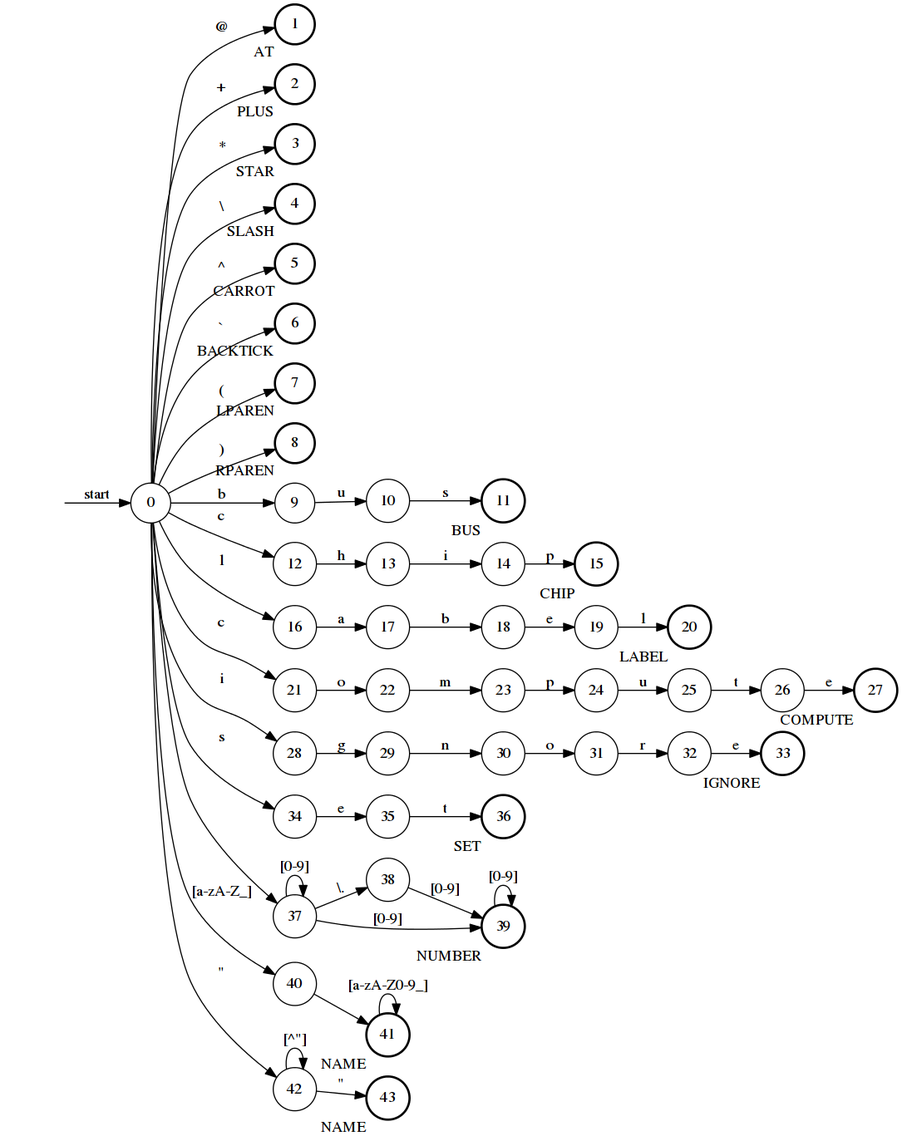
This is hackthology/content/images/nfa.png from timtadh/hackthology, a Graphviz export, as it was before one commit. Its source is kept beside it as hackthology/content/images/nfa.dot. Its diagram source:
```dot

digraph nfa {
  rankdir=LR
  node [shape="circle"]

  start [shape="none", label=""]
  start -> 0 [label="start"]

  0 -> 1 [label="@"] 1 [style="bold" xlabel="AT"]
  0 -> 2 [label="+"] 2 [style="bold" xlabel="PLUS"]
  0 -> 3 [label="*"] 3 [style="bold" xlabel="STAR"]
  0 -> 4 [label=<\>] 4 [style="bold" xlabel="SLASH"]
  0 -> 5 [label="\^"] 5 [style="bold" xlabel="CARROT"]
  0 -> 6 [label="`"] 6 [style="bold" xlabel="BACKTICK"]
  0 -> 7 [label="("] 7 [style="bold" xlabel="LPAREN"]
  0 -> 8 [label=")"] 8 [style="bold" xlabel="RPAREN"]

  0  -> 9  [label="b"]
  9  -> 10 [label="u"]
  10 -> 11 [label="s"]
  11 [style="bold" xlabel="BUS"]

  0  -> 12 [label="c"]
  12 -> 13 [label="h"]
  13 -> 14 [label="i"]
  14 -> 15 [label="p"]
  15 [style="bold" xlabel="CHIP"]

  0  -> 16 [label="l"]
  16 -> 17 [label="a"]
  17 -> 18 [label="b"]
  18 -> 19 [label="e"]
  19 -> 20 [label="l"]
  20 [style="bold" xlabel="LABEL"]

  0  -> 21 [label="c"]
  21 -> 22 [label="o"]
  22 -> 23 [label="m"]
  23 -> 24 [label="p"]
  24 -> 25 [label="u"]
  25 -> 26 [label="t"]
  26 -> 27 [label="e"]
  27 [style="bold" xlabel="COMPUTE"]

  0  -> 28 [label="i"]
  28 -> 29 [label="g"]
  29 -> 30 [label="n"]
  30 -> 31 [label="o"]
  31 -> 32 [label="r"]
  32 -> 33 [label="e"]
  33 [style="bold" xlabel="IGNORE"]

  0  -> 34 [label="s"]
  34 -> 35 [label="e"]
  35 -> 36 [label="t"]
  36 [style="bold" xlabel="SET"]

  0  -> 37 [label=""]
  37 -> 37 [label="[0-9]"]
  37 -> 38 [label="\\."]
  37 -> 39 [label="[0-9]"]
  38 -> 39 [label="[0-9]"]
  39 -> 39 [label="[0-9]"]
  39 [style="bold" xlabel="NUMBER"]

  0  -> 40 [label="[a-zA-Z_]"]
  40 -> 41 [label=""]
  41 -> 41 [label="[a-zA-Z0-9_]"]
  41 [style="bold" xlabel="NAME"]

  0  -> 42 [label="\""]
  42 -> 42 [label="[\^\"]"]
  42 -> 43 [label="\""]
  43 [style="bold" xlabel="NAME"]
}
```
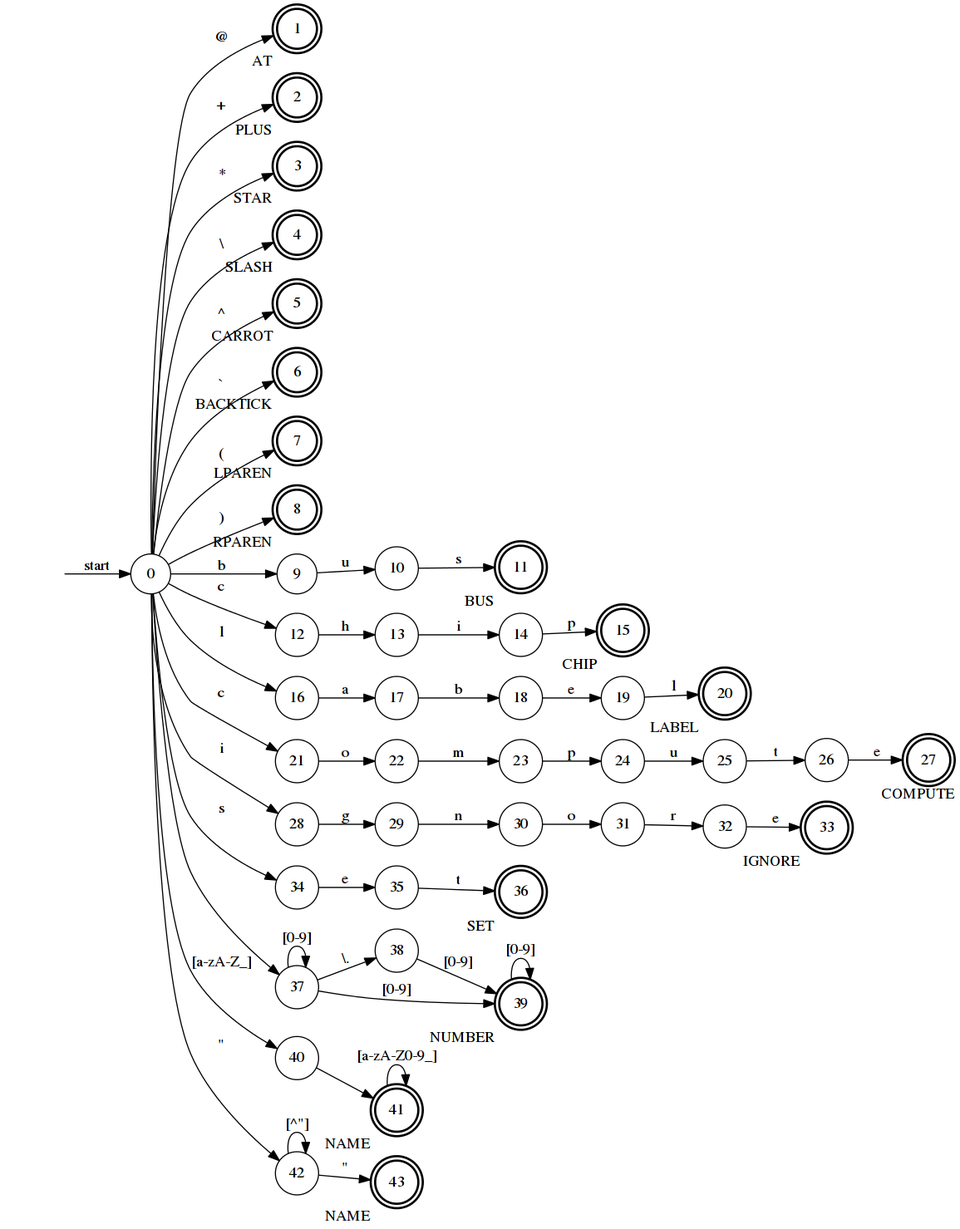
Later version of the same file.

Change to the diagram source:
```diff
@@ -6,32 +6,32 @@
   start [shape="none", label=""]
   start -> 0 [label="start"]
 
-  0 -> 1 [label="@"] 1 [style="bold" xlabel="AT"]
-  0 -> 2 [label="+"] 2 [style="bold" xlabel="PLUS"]
-  0 -> 3 [label="*"] 3 [style="bold" xlabel="STAR"]
-  0 -> 4 [label=<\>] 4 [style="bold" xlabel="SLASH"]
-  0 -> 5 [label="\^"] 5 [style="bold" xlabel="CARROT"]
-  0 -> 6 [label="`"] 6 [style="bold" xlabel="BACKTICK"]
-  0 -> 7 [label="("] 7 [style="bold" xlabel="LPAREN"]
-  0 -> 8 [label=")"] 8 [style="bold" xlabel="RPAREN"]
+  0 -> 1 [label="@"] 1 [style="bold" peripheries=2 xlabel="AT"]
+  0 -> 2 [label="+"] 2 [style="bold" peripheries=2 xlabel="PLUS"]
+  0 -> 3 [label="*"] 3 [style="bold" peripheries=2 xlabel="STAR"]
+  0 -> 4 [label=<\>] 4 [style="bold" peripheries=2 xlabel="SLASH"]
+  0 -> 5 [label="\^"] 5 [style="bold" peripheries=2 xlabel="CARROT"]
+  0 -> 6 [label="`"] 6 [style="bold" peripheries=2 xlabel="BACKTICK"]
+  0 -> 7 [label="("] 7 [style="bold" peripheries=2 xlabel="LPAREN"]
+  0 -> 8 [label=")"] 8 [style="bold" peripheries=2 xlabel="RPAREN"]
 
   0  -> 9  [label="b"]
   9  -> 10 [label="u"]
   10 -> 11 [label="s"]
-  11 [style="bold" xlabel="BUS"]
+  11 [style="bold" peripheries=2 xlabel="BUS"]
 
   0  -> 12 [label="c"]
   12 -> 13 [label="h"]
   13 -> 14 [label="i"]
   14 -> 15 [label="p"]
-  15 [style="bold" xlabel="CHIP"]
+  15 [style="bold" peripheries=2 xlabel="CHIP"]
 
   0  -> 16 [label="l"]
   16 -> 17 [label="a"]
   17 -> 18 [label="b"]
   18 -> 19 [label="e"]
   19 -> 20 [label="l"]
-  20 [style="bold" xlabel="LABEL"]
+  20 [style="bold" peripheries=2 xlabel="LABEL"]
 
   0  -> 21 [label="c"]
   21 -> 22 [label="o"]
@@ -40,7 +40,7 @@
   24 -> 25 [label="u"]
   25 -> 26 [label="t"]
   26 -> 27 [label="e"]
-  27 [style="bold" xlabel="COMPUTE"]
+  27 [style="bold" peripheries=2 xlabel="COMPUTE"]
 
   0  -> 28 [label="i"]
   28 -> 29 [label="g"]
@@ -48,12 +48,12 @@
   30 -> 31 [label="o"]
   31 -> 32 [label="r"]
   32 -> 33 [label="e"]
-  33 [style="bold" xlabel="IGNORE"]
+  33 [style="bold" peripheries=2 xlabel="IGNORE"]
 
   0  -> 34 [label="s"]
   34 -> 35 [label="e"]
   35 -> 36 [label="t"]
-  36 [style="bold" xlabel="SET"]
+  36 [style="bold" peripheries=2 xlabel="SET"]
 
   0  -> 37 [label=""]
   37 -> 37 [label="[0-9]"]
@@ -61,15 +61,15 @@
   37 -> 39 [label="[0-9]"]
   38 -> 39 [label="[0-9]"]
   39 -> 39 [label="[0-9]"]
-  39 [style="bold" xlabel="NUMBER"]
+  39 [style="bold" peripheries=2 xlabel="NUMBER"]
 
   0  -> 40 [label="[a-zA-Z_]"]
   40 -> 41 [label=""]
   41 -> 41 [label="[a-zA-Z0-9_]"]
-  41 [style="bold" xlabel="NAME"]
+  41 [style="bold" peripheries=2 xlabel="NAME"]
 
   0  -> 42 [label="\""]
   42 -> 42 [label="[\^\"]"]
   42 -> 43 [label="\""]
-  43 [style="bold" xlabel="NAME"]
+  43 [style="bold" peripheries=2 xlabel="NAME"]
 }
```
